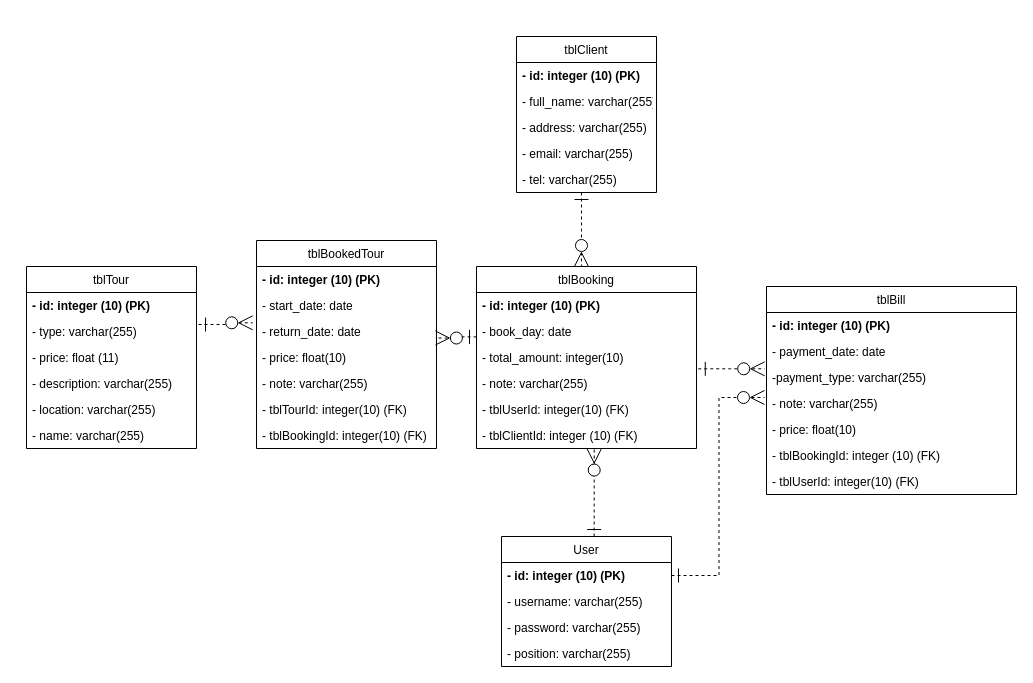
Earlier version of the draw.io diagram database.drawio (thanhlongtld/classical_software_engineering). Source tidied: cells renumbered, new cells numbered last; positions are measured from the earlier drawing's top-left corner, leaving out a move shared by most shapes. Both pictures are drawn from the tidied source at 100%, with x=0, y=0 at pixel (26, 36).
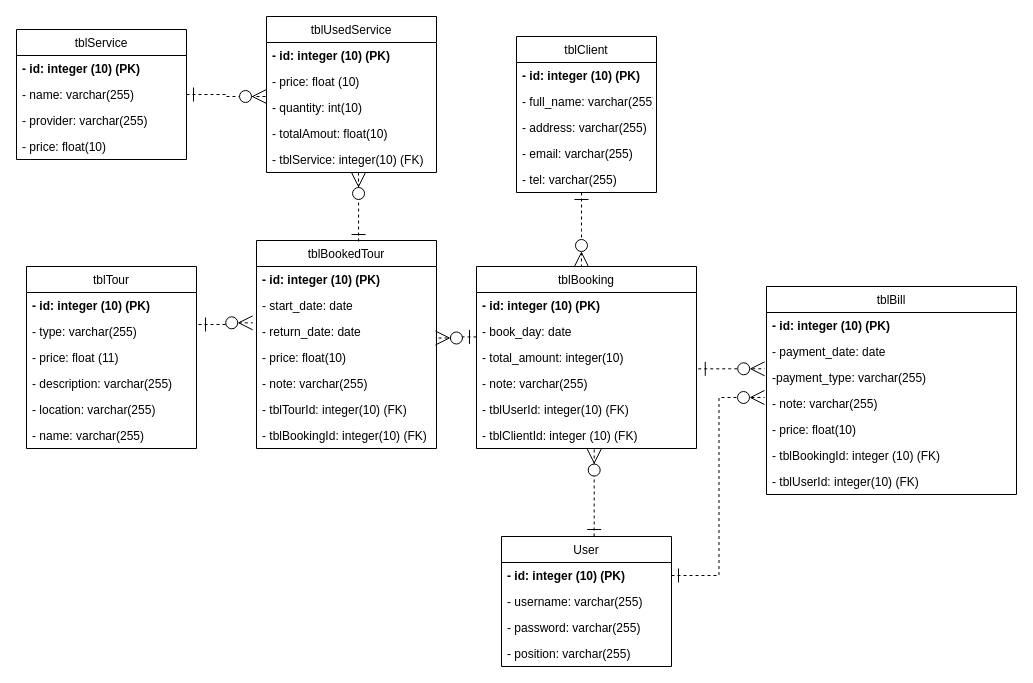
After the change.

The change refers to these unchanged cells:
```xml
<mxCell id="15" value="tblBookedTour" style="swimlane;fontStyle=0;horizontal=1;startSize=26;fillColor=none;" parent="1" vertex="1">
  <mxGeometry x="230" y="204" width="180" height="208" as="geometry" />
</mxCell>
```

Diff of the diagram source:
```diff
@@
+    <mxCell id="49" value="tblUsedService" style="swimlane;fontStyle=0;horizontal=1;startSize=26;fillColor=none;" parent="1" vertex="1">
+      <mxGeometry x="240" y="-20" width="170" height="156" as="geometry" />
+    </mxCell>
+    <mxCell id="50" value="- id: integer (10) (PK)" style="text;strokeColor=none;fillColor=none;align=left;verticalAlign=top;spacingLeft=4;spacingRight=4;overflow=hidden;fontStyle=1;" parent="49" vertex="1">
+      <mxGeometry y="26" width="170" height="26" as="geometry" />
+    </mxCell>
+    <mxCell id="51" value="- price: float (10)" style="text;strokeColor=none;fillColor=none;align=left;verticalAlign=top;spacingLeft=4;spacingRight=4;overflow=hidden;" parent="49" vertex="1">
+      <mxGeometry y="52" width="170" height="26" as="geometry" />
+    </mxCell>
+    <mxCell id="52" value="- quantity: int(10)" style="text;strokeColor=none;fillColor=none;align=left;verticalAlign=top;spacingLeft=4;spacingRight=4;overflow=hidden;points=[[0,0.5],[1,0.5]];portConstraint=eastwest;" parent="49" vertex="1">
+      <mxGeometry y="78" width="170" height="26" as="geometry" />
+    </mxCell>
+    <mxCell id="53" value="- totalAmout: float(10)" style="text;strokeColor=none;fillColor=none;align=left;verticalAlign=top;spacingLeft=4;spacingRight=4;overflow=hidden;" parent="49" vertex="1">
+      <mxGeometry y="104" width="170" height="26" as="geometry" />
+    </mxCell>
+    <mxCell id="54" value="- tblService: integer(10) (FK)" style="text;strokeColor=none;fillColor=none;align=left;verticalAlign=top;spacingLeft=4;spacingRight=4;overflow=hidden;" parent="49" vertex="1">
+      <mxGeometry y="130" width="170" height="26" as="geometry" />
+    </mxCell>
+    <mxCell id="55" value="tblService" style="swimlane;fontStyle=0;horizontal=1;startSize=26;fillColor=none;" parent="1" vertex="1">
+      <mxGeometry x="-10" y="-7" width="170" height="130" as="geometry" />
+    </mxCell>
+    <mxCell id="56" value="- id: integer (10) (PK)" style="text;strokeColor=none;fillColor=none;align=left;verticalAlign=top;spacingLeft=4;spacingRight=4;overflow=hidden;fontStyle=1;" parent="55" vertex="1">
+      <mxGeometry y="26" width="170" height="26" as="geometry" />
+    </mxCell>
+    <mxCell id="57" value="- name: varchar(255)" style="text;strokeColor=none;fillColor=none;align=left;verticalAlign=top;spacingLeft=4;spacingRight=4;overflow=hidden;points=[[0,0.5],[1,0.5]];portConstraint=eastwest;" parent="55" vertex="1">
+      <mxGeometry y="52" width="170" height="26" as="geometry" />
+    </mxCell>
+    <mxCell id="58" value="- provider: varchar(255)" style="text;strokeColor=none;fillColor=none;align=left;verticalAlign=top;spacingLeft=4;spacingRight=4;overflow=hidden;" parent="55" vertex="1">
+      <mxGeometry y="78" width="170" height="26" as="geometry" />
+    </mxCell>
+    <mxCell id="59" value="- price: float(10)" style="text;strokeColor=none;fillColor=none;align=left;verticalAlign=top;spacingLeft=4;spacingRight=4;overflow=hidden;" parent="55" vertex="1">
+      <mxGeometry y="104" width="170" height="26" as="geometry" />
+    </mxCell>
+    <mxCell id="60" style="endArrow=ERzeroToMany;startArrow=ERone;html=1;rounded=0;edgeStyle=orthogonalEdgeStyle;dashed=1;startSize=12;endSize=12;strokeWidth=1;exitX=1;exitY=0.5;exitDx=0;exitDy=0;entryX=0;entryY=0.077;entryDx=0;entryDy=0;entryPerimeter=0;startFill=0;endFill=1;" parent="1" edge="1" source="57" target="52">
+      <mxGeometry relative="1" as="geometry" />
+    </mxCell>
+    <mxCell id="61" style="endArrow=ERzeroToMany;startArrow=ERone;html=1;rounded=0;edgeStyle=orthogonalEdgeStyle;dashed=1;startSize=12;endSize=12;strokeWidth=1;exitX=0.567;exitY=0.005;exitDx=0;exitDy=0;startFill=0;endFill=1;exitPerimeter=0;" parent="1" edge="1" source="15">
+      <mxGeometry relative="1" as="geometry">
+        <mxPoint x="332" y="136" as="targetPoint" />
+      </mxGeometry>
+    </mxCell>
```
